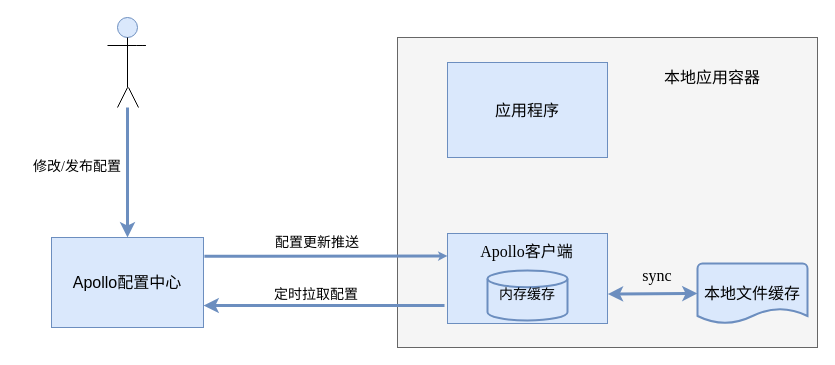
This is 配置中心/未命名绘图.drawio from Zhengyang550/draw.io, a draw.io file, before an edit. Source tidied: cells renumbered, new cells numbered last; positions are measured from the earlier drawing's top-left corner, leaving out a move shared by most shapes. Both pictures are drawn from the tidied source at 100%, with x=0, y=0 at pixel (17, 17).
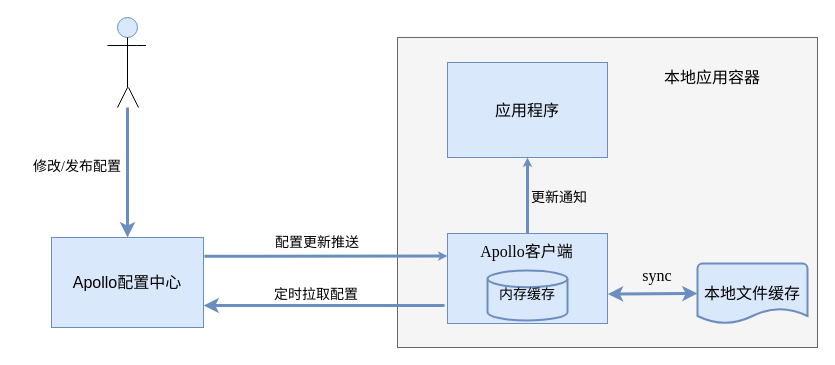
The same page after the edit.

The change refers to these unchanged cells:
```xml
<mxCell id="13" style="rounded=0;whiteSpace=wrap;html=1;fontFamily=Times New Roman;fontSize=12;fillColor=#dae8fc;strokeColor=#6c8ebf;" parent="1" vertex="1">
  <mxGeometry x="430" y="216" width="160" height="90" as="geometry" />
</mxCell>
```

The edit, as a diff of the source:
```diff
@@
+    <mxCell id="23" style="endArrow=classic;html=1;fontFamily=Times New Roman;fontSize=12;startSize=0;endSize=0;strokeWidth=3;exitX=0.5;exitY=0;exitDx=0;exitDy=0;fillColor=#dae8fc;strokeColor=#6c8ebf;" parent="1" edge="1" source="13">
+      <mxGeometry relative="1" as="geometry">
+        <mxPoint x="510" y="140" as="targetPoint" />
+      </mxGeometry>
+    </mxCell>
+    <mxCell id="24" value="&lt;span style=&quot;font-size: 14px&quot;&gt;更新通知&lt;/span&gt;" style="text;html=1;strokeColor=none;fillColor=none;align=center;verticalAlign=middle;whiteSpace=wrap;rounded=0;fontSize=12;fontFamily=Times New Roman;" parent="1" vertex="1">
+      <mxGeometry x="482" y="171" width="120" height="20" as="geometry" />
+    </mxCell>
```
